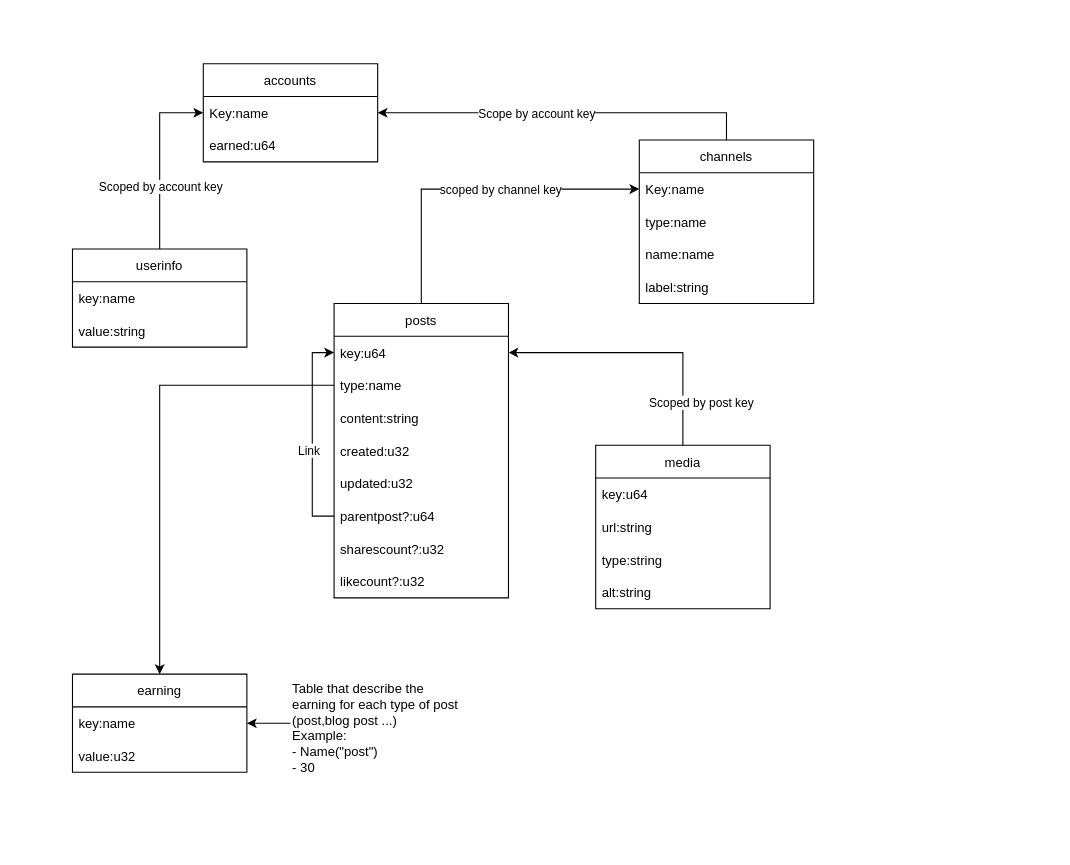
SuperstrongBE/snips-doc keeps this draw.io diagram as table_structure.drawio. Above is the earlier version. Source tidied: cells renumbered, new cells numbered last; positions are measured from the earlier drawing's top-left corner, leaving out a move shared by most shapes. Both pictures are drawn from the tidied source at 109%, with x=0, y=0 at pixel (72, 63).
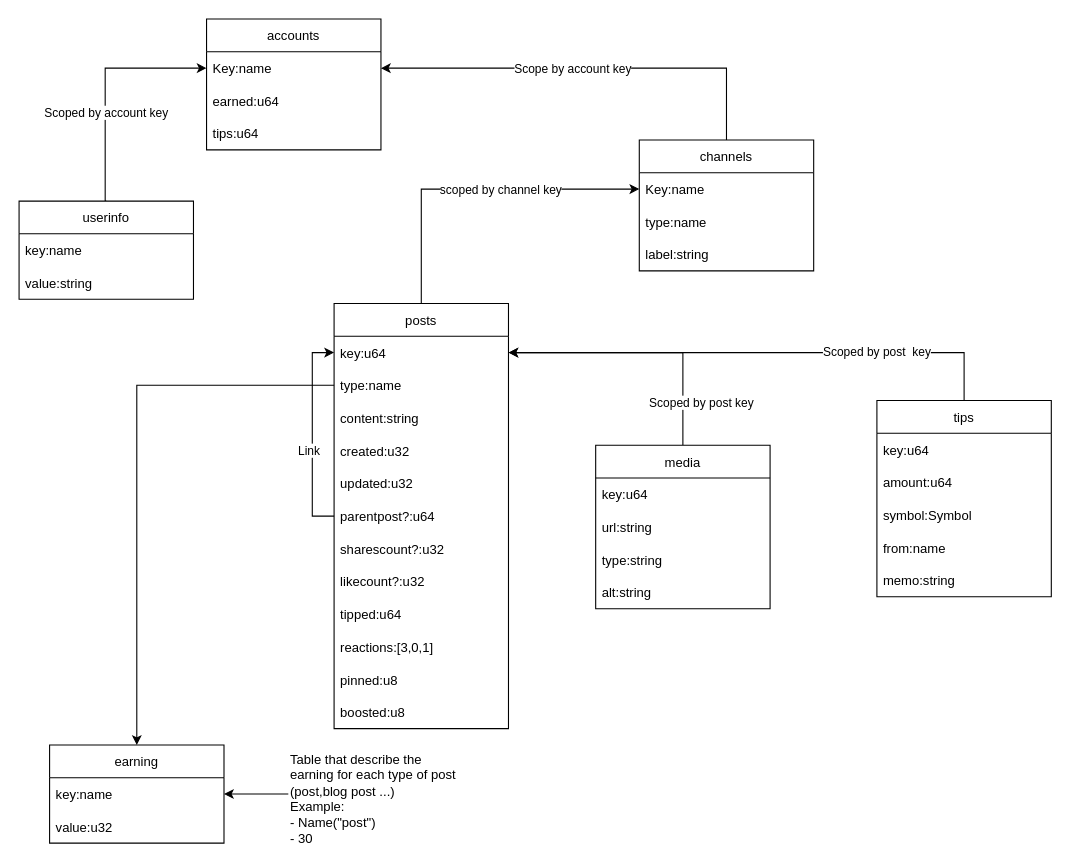
The same diagram, later.

Commit message:
update tips and account

Unchanged cells that the change refers to:
```xml
<mxCell id="3" value="Key:name" style="text;strokeColor=none;fillColor=none;align=left;verticalAlign=middle;spacingLeft=4;spacingRight=4;overflow=hidden;points=[[0,0.5],[1,0.5]];portConstraint=eastwest;" parent="2" vertex="1">
  <mxGeometry y="30" width="160" height="30" as="geometry" />
</mxCell>
<mxCell id="20" value="key:u64" style="text;strokeColor=none;fillColor=none;align=left;verticalAlign=middle;spacingLeft=4;spacingRight=4;overflow=hidden;points=[[0,0.5],[1,0.5]];portConstraint=eastwest;" parent="19" vertex="1">
  <mxGeometry y="30" width="160" height="30" as="geometry" />
</mxCell>
```

What changed in the source:
```diff
@@
     <mxCell id="2" value="accounts" style="swimlane;fontStyle=0;horizontal=1;startSize=30;" parent="1" vertex="1">
-      <mxGeometry x="120" width="160" height="90" as="geometry" />
+      <mxGeometry x="123" y="-41" width="160" height="120" as="geometry" />
     </mxCell>
@@
+    <mxCell id="43" value="tips:u64" style="text;strokeColor=none;fillColor=none;align=left;verticalAlign=middle;spacingLeft=4;spacingRight=4;overflow=hidden;" parent="2" vertex="1">
+      <mxGeometry y="90" width="160" height="30" as="geometry" />
+    </mxCell>
@@
     <mxCell id="7" value="channels" style="swimlane;fontStyle=0;horizontal=1;startSize=30;" parent="1" vertex="1">
-      <mxGeometry x="520" y="70" width="160" height="150" as="geometry" />
+      <mxGeometry x="520" y="70" width="160" height="120" as="geometry" />
     </mxCell>
@@
-    <mxCell id="10" value="name:name" style="text;strokeColor=none;fillColor=none;align=left;verticalAlign=middle;spacingLeft=4;spacingRight=4;overflow=hidden;" parent="7" vertex="1">
-      <mxGeometry y="90" width="160" height="30" as="geometry" />
-    </mxCell>
     <mxCell id="11" value="label:string" style="text;strokeColor=none;fillColor=none;align=left;verticalAlign=middle;spacingLeft=4;spacingRight=4;overflow=hidden;" parent="7" vertex="1">
-      <mxGeometry y="120" width="160" height="30" as="geometry" />
+      <mxGeometry y="90" width="160" height="30" as="geometry" />
     </mxCell>
     <mxCell id="12" style="edgeStyle=orthogonalEdgeStyle;rounded=0;jettySize=auto;html=1;exitX=0.5;exitY=0;exitDx=0;exitDy=0;entryX=0;entryY=0.5;entryDx=0;entryDy=0;" parent="1" edge="1" source="14" target="3">
       <mxGeometry relative="1" as="geometry">
         <Array as="points">
-          <mxPoint x="80" y="45" />
+          <mxPoint x="30" y="4" />
         </Array>
       </mxGeometry>
     </mxCell>
@@
     <mxCell id="14" value="userinfo" style="swimlane;fontStyle=0;horizontal=1;startSize=30;" parent="1" vertex="1">
-      <mxGeometry y="170" width="160" height="90" as="geometry" />
+      <mxGeometry x="-49" y="126" width="160" height="90" as="geometry" />
     </mxCell>
@@
     <mxCell id="19" value="posts" style="swimlane;fontStyle=0;horizontal=1;startSize=30;" parent="1" vertex="1">
-      <mxGeometry x="240" y="220" width="160" height="270" as="geometry" />
+      <mxGeometry x="240" y="220" width="160" height="390" as="geometry" />
     </mxCell>
@@
+    <mxCell id="44" value="tipped:u64" style="text;strokeColor=none;fillColor=none;align=left;verticalAlign=middle;spacingLeft=4;spacingRight=4;overflow=hidden;" parent="19" vertex="1">
+      <mxGeometry y="270" width="160" height="30" as="geometry" />
+    </mxCell>
+    <mxCell id="45" value="reactions:[3,0,1]" style="text;strokeColor=none;fillColor=none;align=left;verticalAlign=middle;spacingLeft=4;spacingRight=4;overflow=hidden;" parent="19" vertex="1">
+      <mxGeometry y="300" width="160" height="30" as="geometry" />
+    </mxCell>
+    <mxCell id="46" value="pinned:u8" style="text;strokeColor=none;fillColor=none;align=left;verticalAlign=middle;spacingLeft=4;spacingRight=4;overflow=hidden;" parent="19" vertex="1">
+      <mxGeometry y="330" width="160" height="30" as="geometry" />
+    </mxCell>
+    <mxCell id="47" value="boosted:u8" style="text;strokeColor=none;fillColor=none;align=left;verticalAlign=middle;spacingLeft=4;spacingRight=4;overflow=hidden;" parent="19" vertex="1">
+      <mxGeometry y="360" width="160" height="30" as="geometry" />
+    </mxCell>
@@
     <mxCell id="37" value="earning" style="swimlane;fontStyle=0;horizontal=1;startSize=30;" parent="1" vertex="1">
-      <mxGeometry y="560" width="160" height="90" as="geometry" />
+      <mxGeometry x="-21" y="625" width="160" height="90" as="geometry" />
     </mxCell>
@@
     <mxCell id="41" value="Table that describe the earning for each type of post (post,blog post ...)&lt;br&gt;Example:&lt;br&gt;- Name(&quot;post&quot;)&amp;nbsp;&lt;br&gt;- 30" style="text;html=1;strokeColor=none;fillColor=none;align=left;verticalAlign=top;whiteSpace=wrap;rounded=0;" parent="1" vertex="1">
-      <mxGeometry x="200" y="560" width="160" height="90" as="geometry" />
+      <mxGeometry x="198" y="625" width="160" height="90" as="geometry" />
     </mxCell>
@@
+    <mxCell id="48" style="edgeStyle=orthogonalEdgeStyle;rounded=0;jettySize=auto;html=1;exitX=0.5;exitY=0;exitDx=0;exitDy=0;entryX=1;entryY=0.5;entryDx=0;entryDy=0;" parent="1" edge="1" source="50" target="20">
+      <mxGeometry relative="1" as="geometry" />
+    </mxCell>
+    <mxCell id="49" value="Scoped by post&amp;nbsp; key" style="edgeLabel;html=1;align=center;verticalAlign=middle;" parent="48" vertex="1">
+      <mxGeometry x="-0.46" y="-1" relative="1" as="geometry" />
+    </mxCell>
+    <mxCell id="50" value="tips" style="swimlane;fontStyle=0;horizontal=1;startSize=30;" parent="1" vertex="1">
+      <mxGeometry x="738" y="309" width="160" height="180" as="geometry" />
+    </mxCell>
+    <mxCell id="51" value="key:u64" style="text;strokeColor=none;fillColor=none;align=left;verticalAlign=middle;spacingLeft=4;spacingRight=4;overflow=hidden;" parent="50" vertex="1">
+      <mxGeometry y="30" width="160" height="30" as="geometry" />
+    </mxCell>
+    <mxCell id="52" value="amount:u64" style="text;strokeColor=none;fillColor=none;align=left;verticalAlign=middle;spacingLeft=4;spacingRight=4;overflow=hidden;" parent="50" vertex="1">
+      <mxGeometry y="60" width="160" height="30" as="geometry" />
+    </mxCell>
+    <mxCell id="53" value="symbol:Symbol" style="text;strokeColor=none;fillColor=none;align=left;verticalAlign=middle;spacingLeft=4;spacingRight=4;overflow=hidden;" parent="50" vertex="1">
+      <mxGeometry y="90" width="160" height="30" as="geometry" />
+    </mxCell>
+    <mxCell id="54" value="from:name" style="text;strokeColor=none;fillColor=none;align=left;verticalAlign=middle;spacingLeft=4;spacingRight=4;overflow=hidden;" parent="50" vertex="1">
+      <mxGeometry y="120" width="160" height="30" as="geometry" />
+    </mxCell>
+    <mxCell id="55" value="memo:string" style="text;strokeColor=none;fillColor=none;align=left;verticalAlign=middle;spacingLeft=4;spacingRight=4;overflow=hidden;" parent="50" vertex="1">
+      <mxGeometry y="150" width="160" height="30" as="geometry" />
+    </mxCell>
```
